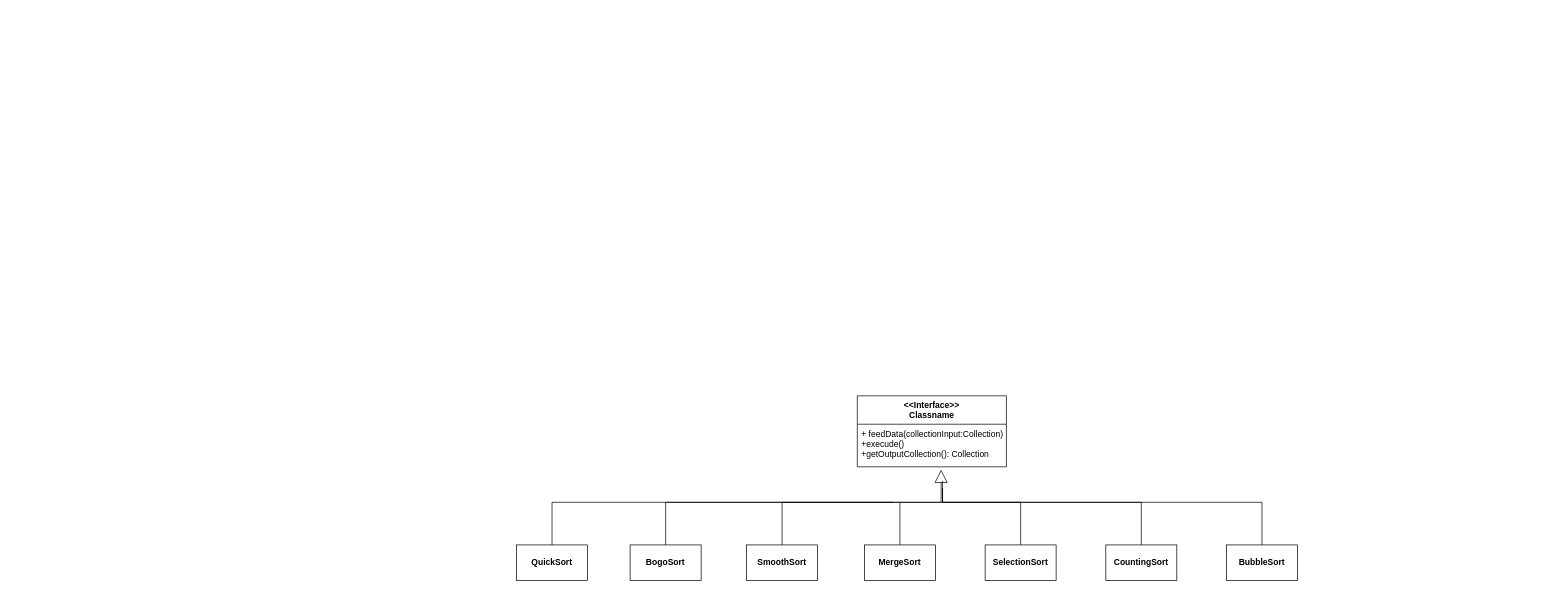
Konfistador/SortingAlgorithmsAR keeps this draw.io diagram as AlgorithmLab/Design/AlgorithmLabClassDiagramWorkSpace.drawio. Above is the earlier version. Source tidied: cells renumbered, new cells numbered last; positions are measured from the earlier drawing's top-left corner, leaving out a move shared by most shapes. Both pictures are drawn from the tidied source at 71%, with x=0, y=0 at pixel (516, 395).
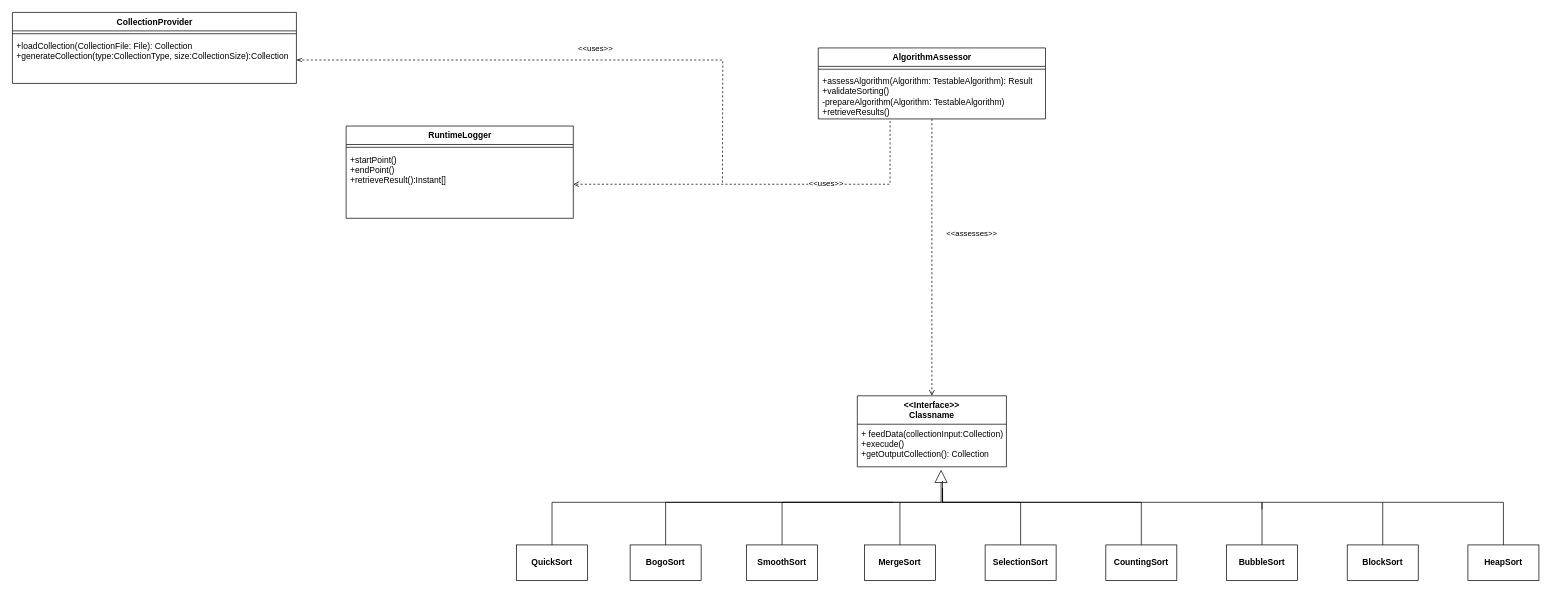
The same page after the edit.

Commit message:
Algorithm, AlgorithmAssessor and AlgorithmUtils packages added

- Next will follow tomorrow

Unchanged cells that the change refers to:
```xml
<mxCell id="2" value="&lt;&lt;Interface&gt;&gt;&#10;Classname" style="swimlane;fontStyle=1;align=center;verticalAlign=top;horizontal=1;startSize=40;" parent="1" vertex="1">
  <mxGeometry x="480" width="210" height="100" as="geometry" />
</mxCell>
```

Diff of the diagram source:
```diff
@@
+    <mxCell id="18" style="edgeStyle=orthogonalEdgeStyle;rounded=0;jettySize=auto;html=1;endArrow=none;endFill=0;" parent="1" edge="1" source="19">
+      <mxGeometry relative="1" as="geometry">
+        <mxPoint x="1050" y="160" as="targetPoint" />
+        <Array as="points">
+          <mxPoint x="1220" y="150" />
+          <mxPoint x="1050" y="150" />
+        </Array>
+      </mxGeometry>
+    </mxCell>
+    <mxCell id="19" value="&lt;p style=&quot;margin: 0px ; margin-top: 4px ; text-align: center&quot;&gt;&lt;br&gt;&lt;b&gt;BlockSort&lt;/b&gt;&lt;/p&gt;&lt;p style=&quot;margin: 0px ; margin-top: 4px ; text-align: center&quot;&gt;&lt;b&gt;&lt;br&gt;&lt;/b&gt;&lt;/p&gt;" style="verticalAlign=top;align=left;overflow=fill;fontSize=12;fontFamily=Helvetica;html=1;" parent="1" vertex="1">
+      <mxGeometry x="1170" y="210" width="100" height="50" as="geometry" />
+    </mxCell>
+    <mxCell id="20" style="edgeStyle=orthogonalEdgeStyle;rounded=0;jettySize=auto;html=1;endArrow=none;endFill=0;" parent="1" edge="1" source="21">
+      <mxGeometry relative="1" as="geometry">
+        <mxPoint x="1220" y="150" as="targetPoint" />
+        <Array as="points">
+          <mxPoint x="1390" y="150" />
+        </Array>
+      </mxGeometry>
+    </mxCell>
+    <mxCell id="21" value="&lt;p style=&quot;margin: 0px ; margin-top: 4px ; text-align: center&quot;&gt;&lt;br&gt;&lt;b&gt;HeapSort&lt;/b&gt;&lt;/p&gt;" style="verticalAlign=top;align=left;overflow=fill;fontSize=12;fontFamily=Helvetica;html=1;" parent="1" vertex="1">
+      <mxGeometry x="1340" y="210" width="100" height="50" as="geometry" />
+    </mxCell>
+    <mxCell id="22" style="edgeStyle=orthogonalEdgeStyle;rounded=0;jettySize=auto;html=1;endArrow=open;endFill=0;dashed=1;" parent="1" edge="1" source="26" target="2">
+      <mxGeometry relative="1" as="geometry" />
+    </mxCell>
+    <mxCell id="23" value="&amp;lt;&amp;lt;assesses&amp;gt;&amp;gt;" style="edgeLabel;html=1;align=center;verticalAlign=middle;" parent="22" vertex="1">
+      <mxGeometry x="-0.18" y="3" relative="1" as="geometry">
+        <mxPoint x="52" as="offset" />
+      </mxGeometry>
+    </mxCell>
+    <mxCell id="24" style="edgeStyle=orthogonalEdgeStyle;rounded=0;jettySize=auto;html=1;entryX=1;entryY=0.5;entryDx=0;entryDy=0;dashed=1;endArrow=open;endFill=0;exitX=0.316;exitY=1.045;exitDx=0;exitDy=0;exitPerimeter=0;" parent="1" edge="1" source="28" target="34">
+      <mxGeometry relative="1" as="geometry">
+        <Array as="points">
+          <mxPoint x="526" y="-298" />
+        </Array>
+      </mxGeometry>
+    </mxCell>
+    <mxCell id="25" value="&amp;lt;&amp;lt;uses&amp;gt;&amp;gt;" style="edgeLabel;html=1;align=center;verticalAlign=middle;" parent="24" vertex="1">
+      <mxGeometry x="-0.11" y="3" relative="1" as="geometry">
+        <mxPoint x="-267" y="-195" as="offset" />
+      </mxGeometry>
+    </mxCell>
+    <mxCell id="26" value="AlgorithmAssessor" style="swimlane;fontStyle=1;align=center;verticalAlign=top;horizontal=1;startSize=26;html=1;" parent="1" vertex="1">
+      <mxGeometry x="425" y="-490" width="320" height="100" as="geometry" />
+    </mxCell>
+    <mxCell id="27" style="line;strokeWidth=1;fillColor=none;align=left;verticalAlign=middle;spacingTop=-1;spacingLeft=3;spacingRight=3;labelPosition=right;html=1;" parent="26" vertex="1">
+      <mxGeometry y="26" width="320" height="8" as="geometry" />
+    </mxCell>
+    <mxCell id="28" value="+assessAlgorithm(Algorithm: TestableAlgorithm): Result&lt;br&gt;+validateSorting()&lt;br&gt;-prepareAlgorithm(Algorithm: TestableAlgorithm)&lt;br&gt;+retrieveResults()" style="text;strokeColor=none;fillColor=none;align=left;verticalAlign=top;spacingLeft=4;spacingRight=4;overflow=hidden;points=[[0,0.5],[1,0.5]];portConstraint=eastwest;html=1;" parent="26" vertex="1">
+      <mxGeometry y="34" width="320" height="66" as="geometry" />
+    </mxCell>
+    <mxCell id="29" value="CollectionProvider" style="swimlane;fontStyle=1;align=center;verticalAlign=top;horizontal=1;startSize=26;html=1;" parent="1" vertex="1">
+      <mxGeometry x="-710" y="-540" width="400" height="100" as="geometry" />
+    </mxCell>
+    <mxCell id="30" style="line;strokeWidth=1;fillColor=none;align=left;verticalAlign=middle;spacingTop=-1;spacingLeft=3;spacingRight=3;labelPosition=right;html=1;" parent="29" vertex="1">
+      <mxGeometry y="26" width="400" height="8" as="geometry" />
+    </mxCell>
+    <mxCell id="31" value="+loadCollection(CollectionFile: File): Collection&lt;br&gt;+generateCollection(type:CollectionType, size:CollectionSize):Collection" style="text;strokeColor=none;fillColor=none;align=left;verticalAlign=top;spacingLeft=4;spacingRight=4;overflow=hidden;points=[[0,0.5],[1,0.5]];portConstraint=eastwest;html=1;" parent="29" vertex="1">
+      <mxGeometry y="34" width="400" height="66" as="geometry" />
+    </mxCell>
+    <mxCell id="32" value="RuntimeLogger" style="swimlane;fontStyle=1;align=center;verticalAlign=top;horizontal=1;startSize=26;html=1;" parent="1" vertex="1">
+      <mxGeometry x="-240" y="-380" width="320" height="130" as="geometry" />
+    </mxCell>
+    <mxCell id="33" style="line;strokeWidth=1;fillColor=none;align=left;verticalAlign=middle;spacingTop=-1;spacingLeft=3;spacingRight=3;labelPosition=right;html=1;" parent="32" vertex="1">
+      <mxGeometry y="26" width="320" height="8" as="geometry" />
+    </mxCell>
+    <mxCell id="34" value="+startPoint()&lt;br&gt;+endPoint()&lt;br&gt;+retrieveResult():Instant[]" style="text;strokeColor=none;fillColor=none;align=left;verticalAlign=top;spacingLeft=4;spacingRight=4;overflow=hidden;points=[[0,0.5],[1,0.5]];portConstraint=eastwest;html=1;" parent="32" vertex="1">
+      <mxGeometry y="34" width="320" height="96" as="geometry" />
+    </mxCell>
+    <mxCell id="35" style="edgeStyle=orthogonalEdgeStyle;rounded=0;jettySize=auto;html=1;dashed=1;endArrow=none;endFill=0;startArrow=openThin;startFill=0;" parent="1" edge="1" source="31">
+      <mxGeometry relative="1" as="geometry">
+        <mxPoint x="290" y="-300" as="targetPoint" />
+      </mxGeometry>
+    </mxCell>
+    <mxCell id="36" value="&amp;lt;&amp;lt;uses&amp;gt;&amp;gt;" style="edgeLabel;html=1;align=center;verticalAlign=middle;" parent="1" vertex="1">
+      <mxGeometry x="435.1" y="-300" as="geometry" />
+    </mxCell>
```
